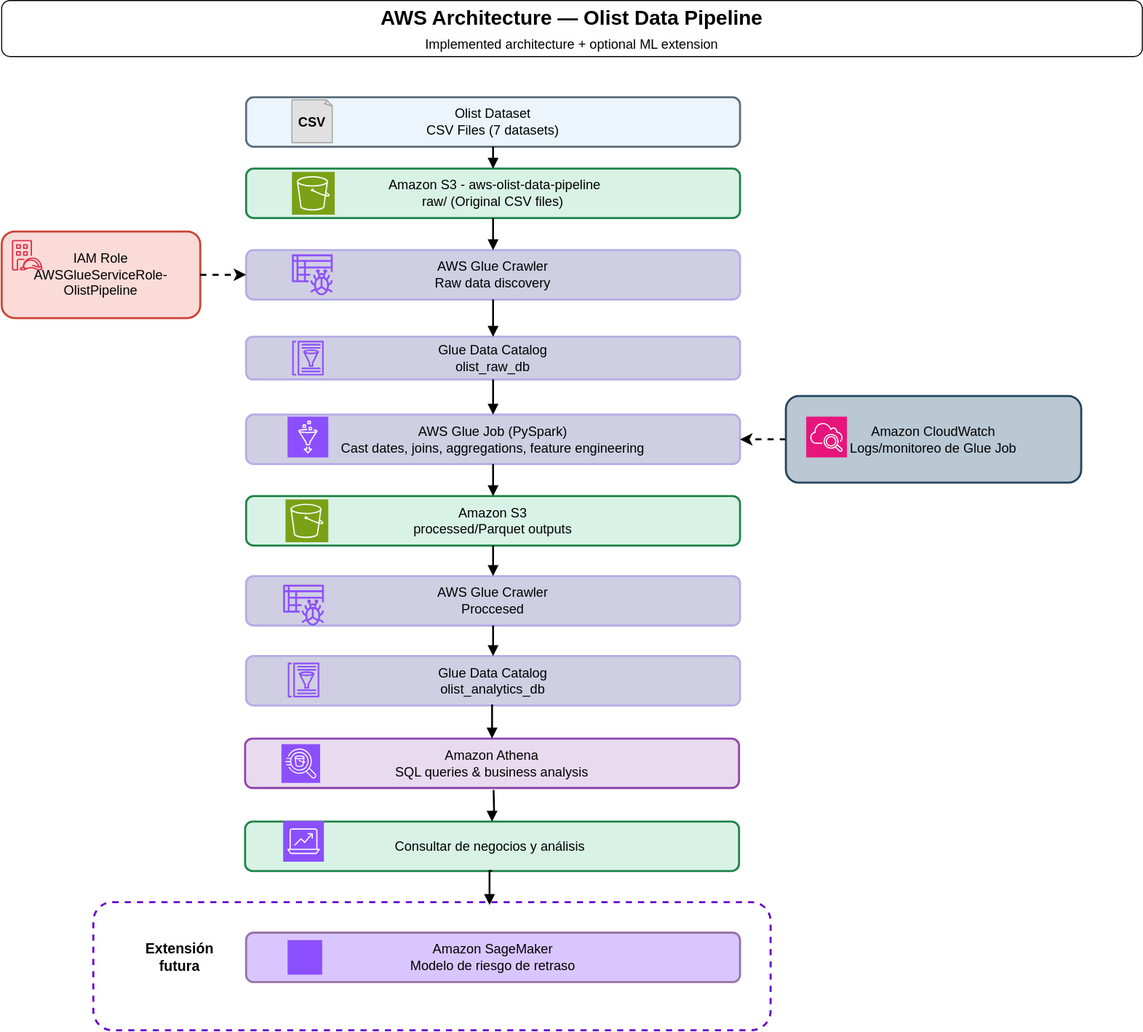
Earlier version of the draw.io export docs/screenshots/aws_olist_architecture_editable.svg (marcelamu9/aws-olist-data-pipeline). Source tidied: cells renumbered, new cells last; positions are measured from the earlier drawing's top-left corner, leaving out a move shared by most shapes.
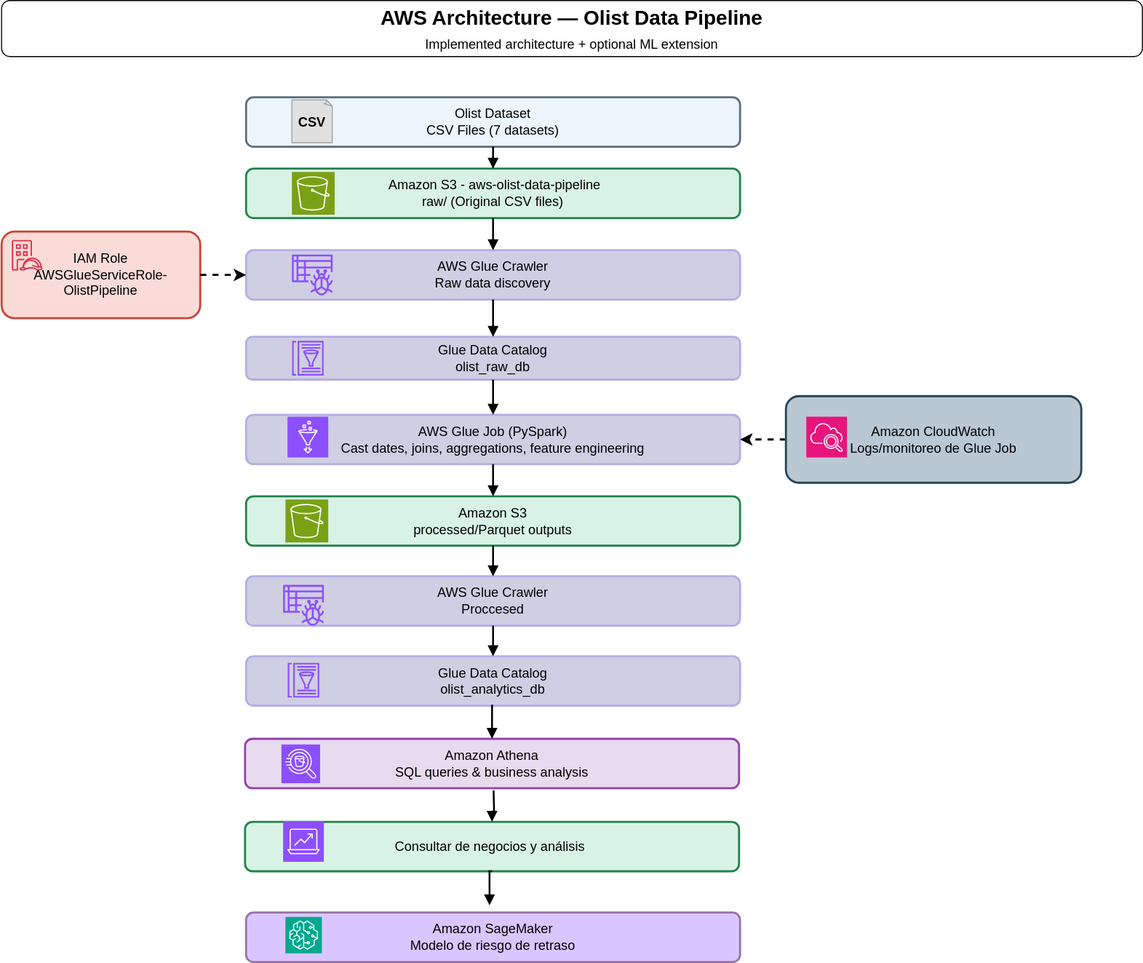
The same diagram one commit later.

Diff of the diagram source:
```diff
@@ -107,23 +107,19 @@
     <mxCell id="36" style="edgeStyle=orthogonalEdgeStyle;rounded=0;jettySize=auto;html=1;entryX=0;entryY=0.5;entryDx=0;entryDy=0;dashed=1;exitX=1;exitY=0.5;exitDx=0;exitDy=0;strokeWidth=2;" parent="1" edge="1" source="9" target="5">
       <mxGeometry relative="1" as="geometry" />
     </mxCell>
-    <mxCell id="37" style="rounded=1;whiteSpace=wrap;html=1;fillColor=none;strokeWidth=2;dashed=1;strokeColor=#6600CC;" parent="1" vertex="1">
-      <mxGeometry x="90" y="885" width="665" height="125.8" as="geometry" />
-    </mxCell>
     <mxCell id="38" style="group;" parent="1" vertex="1">
-      <mxGeometry x="240" y="915" width="485" height="48.5" as="geometry" />
+      <mxGeometry x="240" y="895" width="485" height="48.5" as="geometry" />
     </mxCell>
     <mxCell id="39" value="Amazon SageMaker&lt;br&gt;Modelo de riesgo de retraso" style="rounded=1;whiteSpace=wrap;html=1;align=center;verticalAlign=middle;spacing=8;fontSize=13;fillColor=light-dark(#D9C6FF,#392F3F);strokeColor=#9673a6;strokeWidth=2;" parent="38" vertex="1">
       <mxGeometry width="485" height="48.5" as="geometry" />
     </mxCell>
-    <mxCell id="40" style="sketch=0;fontColor=#232F3E;fillColor=#8C4FFF;strokeColor=#ffffff;dashed=0;verticalLabelPosition=bottom;verticalAlign=top;align=center;html=1;fontSize=12;fontStyle=0;shape=mxgraph.aws4.resourceIcon;resIcon=mxgraph.aws4.sagemaker_2;" parent="38" vertex="1">
-      <mxGeometry x="40.7" y="7.2" width="34" height="34" as="geometry" />
-    </mxCell>
-    <mxCell id="41" value="&lt;span style=&quot;font-size: 14px;&quot;&gt;&lt;b&gt;Extensión futura&lt;/b&gt;&lt;/span&gt;" style="text;html=1;whiteSpace=wrap;strokeColor=none;fillColor=none;align=center;verticalAlign=middle;rounded=0;" parent="1" vertex="1">
-      <mxGeometry x="120" y="915" width="110" height="48.5" as="geometry" />
-    </mxCell>
+    <mxCell id="44" style="sketch=0;fontColor=#232F3E;fillColor=#01A88D;strokeColor=#ffffff;dashed=0;verticalLabelPosition=bottom;verticalAlign=top;align=center;html=1;fontSize=12;fontStyle=0;shape=mxgraph.aws4.resourceIcon;resIcon=mxgraph.aws4.sagemaker;" parent="38" vertex="1">
+      <mxGeometry x="38.7" y="4.2" width="35.8" height="35.8" as="geometry" />
+    </mxCell>
-    <mxCell id="42" style="edgeStyle=orthogonalEdgeStyle;rounded=0;jettySize=auto;html=1;endArrow=block;endFill=1;fontSize=11;strokeWidth=1.8;exitX=0.5;exitY=1;exitDx=0;exitDy=0;entryX=0.585;entryY=0.023;entryDx=0;entryDy=0;entryPerimeter=0;" parent="1" edge="1" source="33" target="37">
-      <mxGeometry relative="1" as="geometry" />
+    <mxCell id="42" style="edgeStyle=orthogonalEdgeStyle;rounded=0;jettySize=auto;html=1;endArrow=block;endFill=1;fontSize=11;strokeWidth=1.8;exitX=0.5;exitY=1;exitDx=0;exitDy=0;entryX=0.585;entryY=0.023;entryDx=0;entryDy=0;entryPerimeter=0;" parent="1" edge="1" source="33">
+      <mxGeometry relative="1" as="geometry">
+        <mxPoint x="479" y="887.9" as="targetPoint" />
+      </mxGeometry>
     </mxCell>
     <mxCell id="43" style="edgeStyle=orthogonalEdgeStyle;rounded=0;jettySize=auto;html=1;endArrow=block;endFill=1;fontSize=11;strokeWidth=1.8;" parent="1" edge="1" target="33">
       <mxGeometry relative="1" as="geometry">
```
